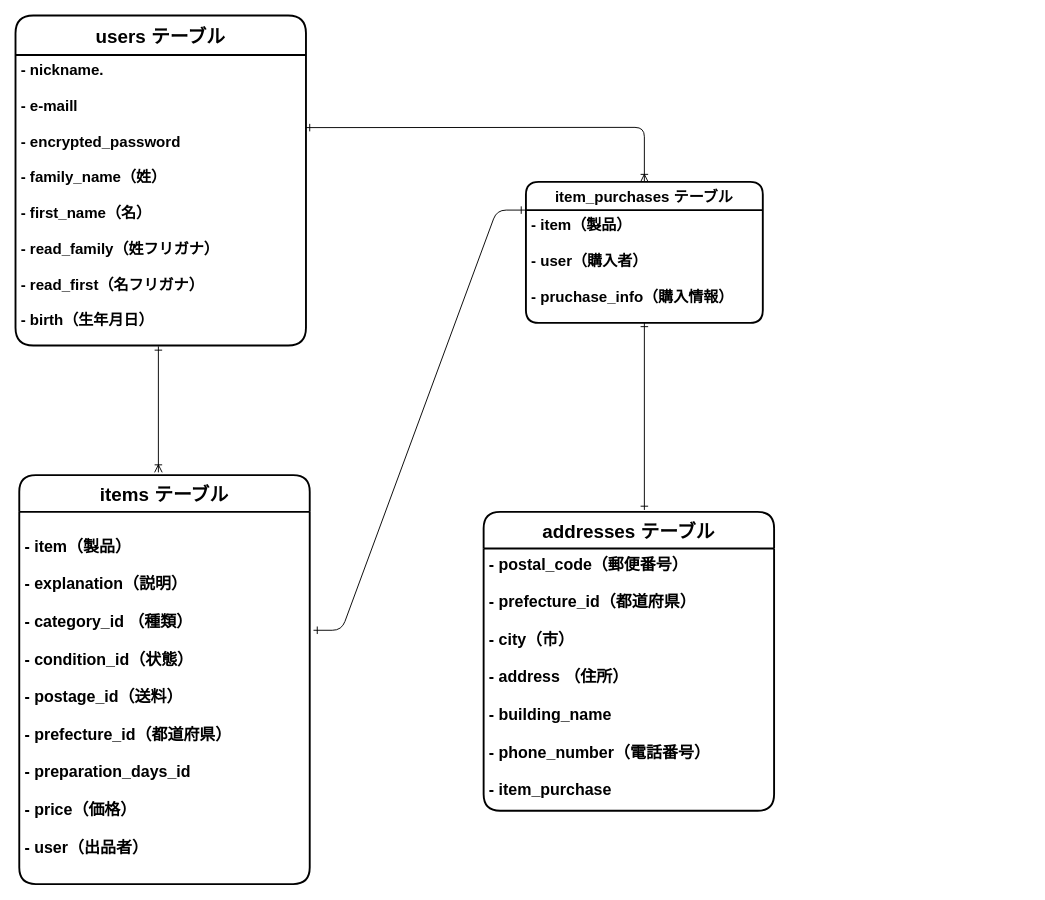
Before: furima.dio in kinyasunori/furima-37882, a draw.io diagram. Source tidied: cells renumbered, new cells numbered last; positions are measured from the earlier drawing's top-left corner, leaving out a move shared by most shapes. Both pictures are drawn from the tidied source at 94%, with x=0, y=0 at pixel (15, 15).
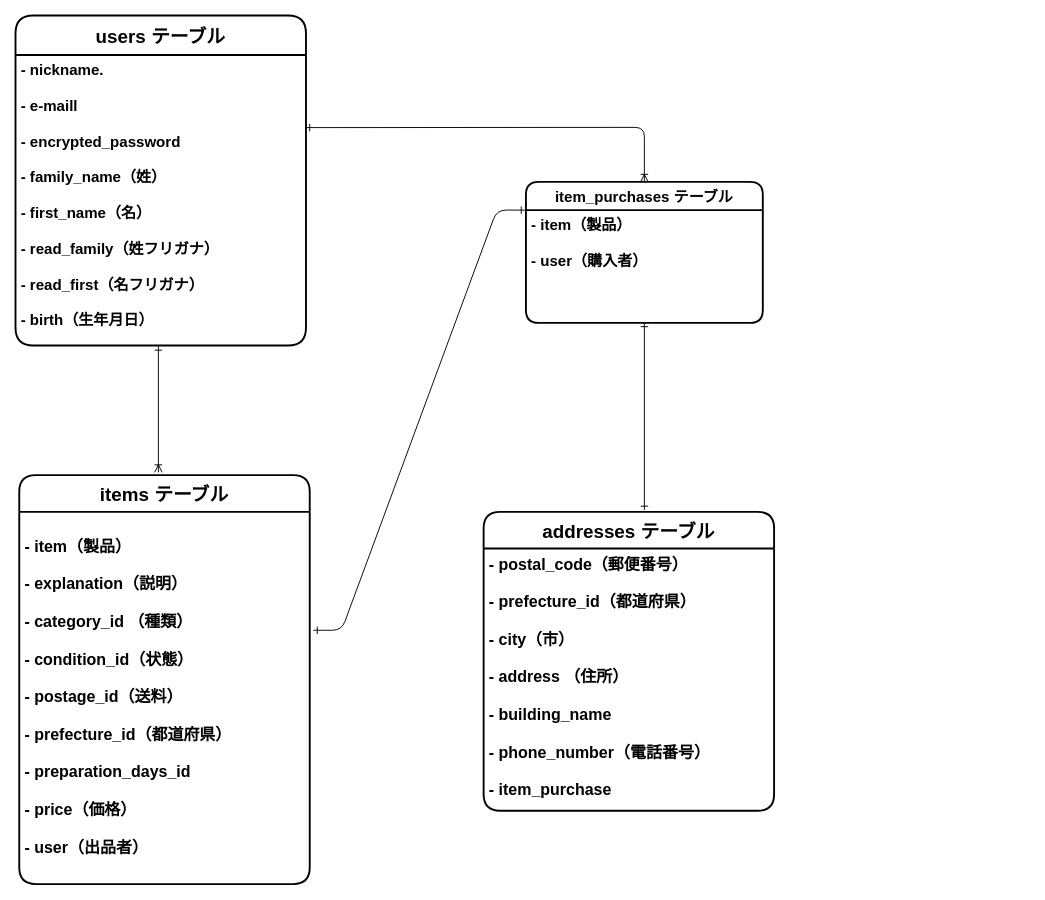
After the change.

Commit message (it also covers changes not shown here):
見落とし箇所修正

Unchanged cells that the change refers to:
```xml
<mxCell id="8" value="item_purchases テーブル" style="swimlane;horizontal=1;startSize=30;rounded=1;fontSize=16;fontStyle=1;strokeWidth=2;shadow=0;dashed=0;align=center;swimlaneFillColor=none;strokeColor=default;" parent="1" vertex="1">
  <mxGeometry x="543" y="177" width="252" height="150" as="geometry" />
</mxCell>
```

What changed in the source:
```diff
@@
-    <mxCell id="9" value="- item（製品）&#10;&#10;- user（購入者）&#10;&#10;- pruchase_info（購入情報）" style="align=left;strokeColor=none;fillColor=none;spacingLeft=4;fontSize=16;verticalAlign=top;fontStyle=1;" parent="8" vertex="1">
+    <mxCell id="9" value="- item（製品）&#10;&#10;- user（購入者）&#10;&#10;" style="align=left;strokeColor=none;fillColor=none;spacingLeft=4;fontSize=16;verticalAlign=top;fontStyle=1;" parent="8" vertex="1">
       <mxGeometry y="30" width="252" height="120" as="geometry" />
     </mxCell>
```
